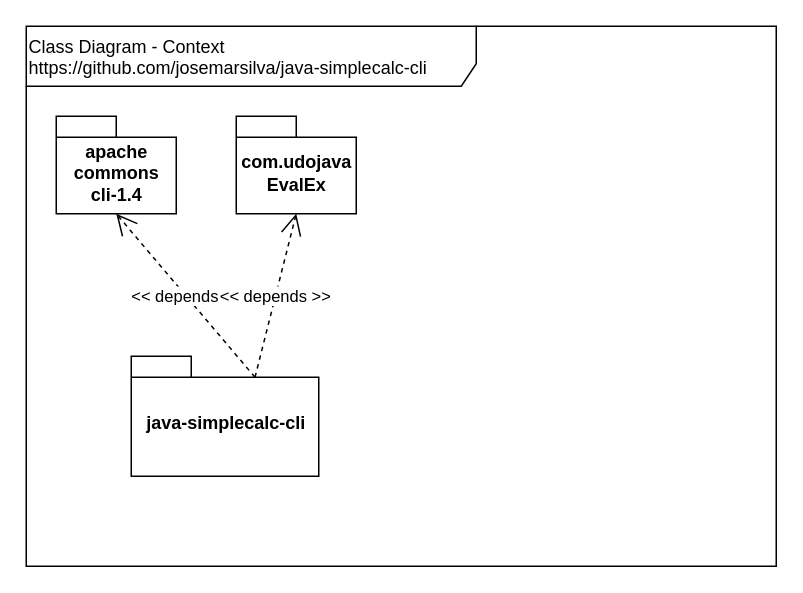
josemarsilva/java-simplecalc-spring-boot keeps this draw.io diagram as doc/ClassDiagram-Context.drawio. Above is the earlier version. Source tidied: cells renumbered, new cells numbered last; positions are measured from the earlier drawing's top-left corner, leaving out a move shared by most shapes. Both pictures are drawn from the tidied source at 150%, with x=0, y=0 at pixel (26, 26).
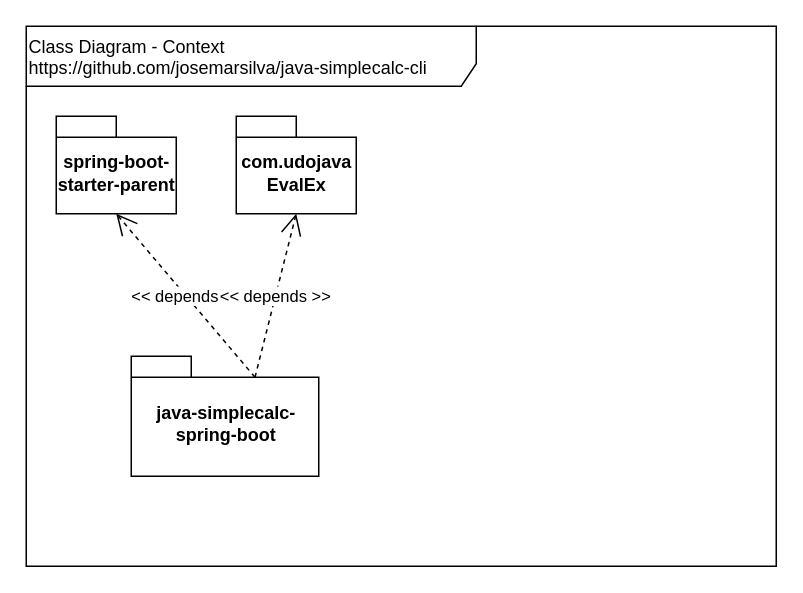
The same page after the edit.

What changed in the source:
```diff
@@
 <mxGraphModel>
   <root>
     <mxCell id="0" />
     <mxCell id="1" parent="0" />
     <mxCell id="2" value="Class Diagram - Context&lt;br&gt;https://github.com/josemarsilva/java-simplecalc-cli&lt;br&gt;" style="shape=umlFrame;whiteSpace=wrap;html=1;width=300;height=40;verticalAlign=top;align=left;" parent="1" vertex="1">
       <mxGeometry width="500" height="360" as="geometry" />
     </mxCell>
-    <mxCell id="3" value="apache&lt;br&gt;commons&lt;br&gt;cli-1.4&lt;br&gt;" style="shape=folder;fontStyle=1;spacingTop=10;tabWidth=40;tabHeight=14;tabPosition=left;html=1;" parent="1" vertex="1">
+    <mxCell id="3" value="spring-boot-&lt;br&gt;starter-parent&lt;br&gt;" style="shape=folder;fontStyle=1;spacingTop=10;tabWidth=40;tabHeight=14;tabPosition=left;html=1;" parent="1" vertex="1">
       <mxGeometry x="20" y="60" width="80" height="65" as="geometry" />
     </mxCell>
     <mxCell id="4" value="&amp;lt;&amp;lt; depends &amp;gt;&amp;gt;" style="endArrow=open;endSize=12;dashed=1;html=1;exitX=0;exitY=0;exitDx=82.5;exitDy=14;entryX=0.5;entryY=1;entryDx=0;entryDy=0;entryPerimeter=0;exitPerimeter=0;" parent="1" edge="1" source="5" target="3">
       <mxGeometry relative="1" as="geometry" />
     </mxCell>
-    <mxCell id="5" value="&lt;span&gt;java-simplecalc-cli&lt;/span&gt;" style="shape=folder;fontStyle=1;spacingTop=10;tabWidth=40;tabHeight=14;tabPosition=left;html=1;" parent="1" vertex="1">
+    <mxCell id="5" value="&lt;span&gt;java-simplecalc-&lt;br&gt;spring-boot&lt;/span&gt;" style="shape=folder;fontStyle=1;spacingTop=10;tabWidth=40;tabHeight=14;tabPosition=left;html=1;" parent="1" vertex="1">
       <mxGeometry x="70" y="220" width="125" height="80" as="geometry" />
     </mxCell>
     <mxCell id="6" value="com.udojava&lt;br&gt;EvalEx&lt;br&gt;" style="shape=folder;fontStyle=1;spacingTop=10;tabWidth=40;tabHeight=14;tabPosition=left;html=1;" parent="1" vertex="1">
       <mxGeometry x="140" y="60" width="80" height="65" as="geometry" />
     </mxCell>
     <mxCell id="7" value="&amp;lt;&amp;lt; depends &amp;gt;&amp;gt;" style="endArrow=open;endSize=12;dashed=1;html=1;exitX=0;exitY=0;exitDx=82.5;exitDy=14;entryX=0.5;entryY=1;entryDx=0;entryDy=0;entryPerimeter=0;exitPerimeter=0;" parent="1" edge="1" source="5" target="6">
       <mxGeometry relative="1" as="geometry" />
     </mxCell>
   </root>
 </mxGraphModel>
```
